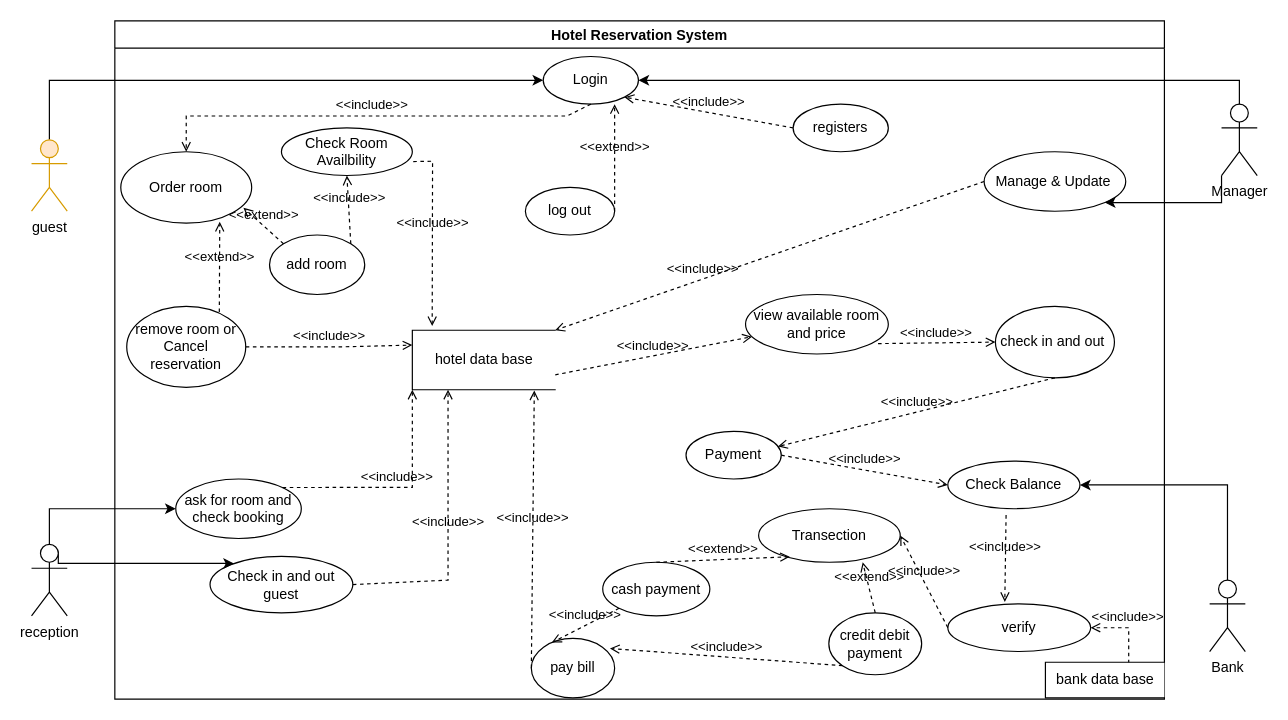
The draw.io diagram use case Vol3.drawio in AhmedTarek-95/System-Desine, before the edit. Source tidied: cells renumbered, new cells numbered last; positions are measured from the earlier drawing's top-left corner, leaving out a move shared by most shapes. Both pictures are drawn from the tidied source at 119%, with x=0, y=0 at pixel (31, 20).
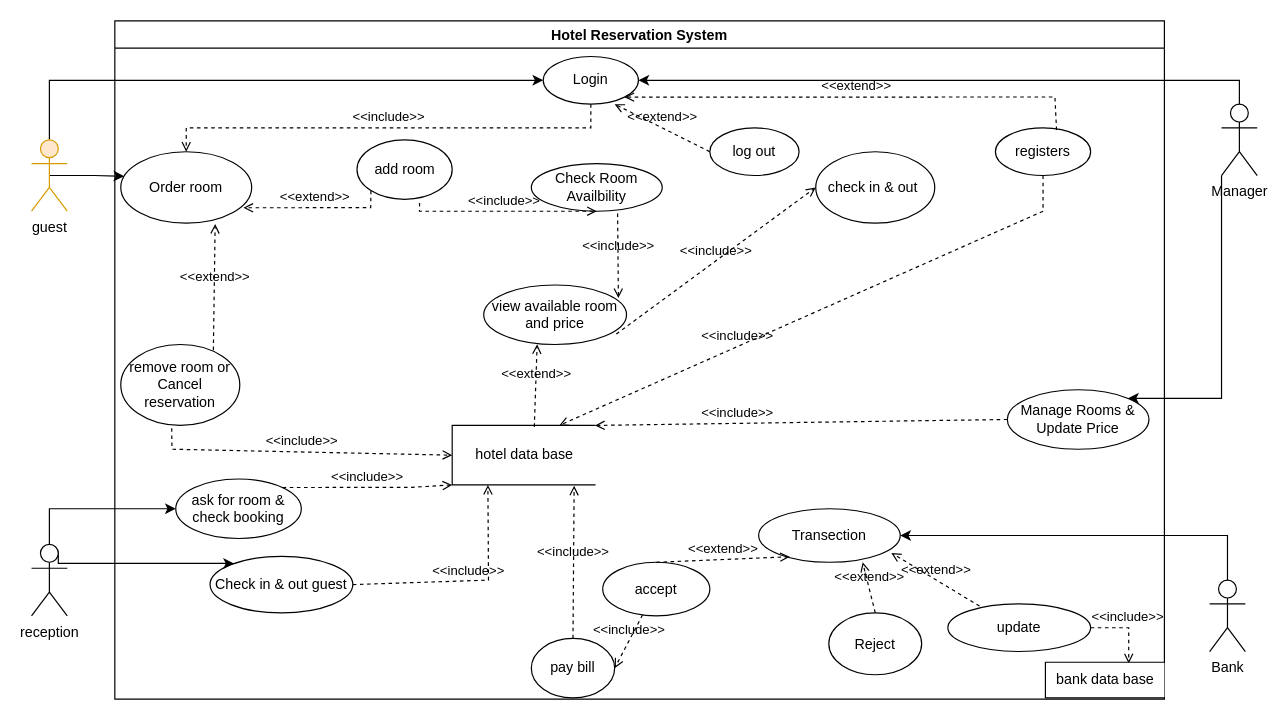
After the change.

The change refers to these unchanged cells:
```xml
<mxCell id="3" value="guest" style="shape=umlActor;verticalLabelPosition=bottom;verticalAlign=top;html=1;outlineConnect=0;fillColor=#ffe6cc;strokeColor=#d79b00;" parent="1" vertex="1">
  <mxGeometry y="100" width="30" height="60" as="geometry" />
</mxCell>
<mxCell id="4" value="Hotel Reservation System" style="swimlane;" parent="1" vertex="1">
  <mxGeometry x="70" width="882" height="570" as="geometry" />
</mxCell>
<mxCell id="5" value="Login" style="ellipse;whiteSpace=wrap;html=1;" parent="4" vertex="1">
  <mxGeometry x="360" y="30" width="80" height="40" as="geometry" />
</mxCell>
<mxCell id="7" value="Order room" style="ellipse;whiteSpace=wrap;html=1;" parent="4" vertex="1">
  <mxGeometry x="5" y="110" width="110" height="60" as="geometry" />
</mxCell>
<mxCell id="13" value="Transection" style="ellipse;whiteSpace=wrap;html=1;" parent="4" vertex="1">
  <mxGeometry x="541" y="410" width="119" height="45" as="geometry" />
</mxCell>
<mxCell id="30" value="pay bill" style="ellipse;whiteSpace=wrap;html=1;" parent="4" vertex="1">
  <mxGeometry x="350" y="519" width="70" height="50" as="geometry" />
</mxCell>
<mxCell id="44" value="bank data base" style="html=1;dashed=0;whitespace=wrap;shape=partialRectangle;right=0;" parent="4" vertex="1">
  <mxGeometry x="782" y="539" width="100" height="30" as="geometry" />
</mxCell>
<mxCell id="53" value="Bank" style="shape=umlActor;verticalLabelPosition=bottom;verticalAlign=top;html=1;outlineConnect=0;" parent="1" vertex="1">
  <mxGeometry x="990" y="470" width="30" height="60" as="geometry" />
</mxCell>
<mxCell id="55" value="Manager" style="shape=umlActor;verticalLabelPosition=bottom;verticalAlign=top;html=1;outlineConnect=0;" parent="1" vertex="1">
  <mxGeometry x="1000" y="70" width="30" height="60" as="geometry" />
</mxCell>
```

What changed in the source:
```diff
@@
+    <mxCell id="57" style="edgeStyle=orthogonalEdgeStyle;rounded=0;jumpSize=6;jettySize=auto;html=1;exitX=0.5;exitY=0.5;exitDx=0;exitDy=0;exitPerimeter=0;entryX=0.026;entryY=0.344;entryDx=0;entryDy=0;entryPerimeter=0;endSize=6;strokeWidth=1;" parent="1" edge="1" source="3" target="7">
+      <mxGeometry relative="1" as="geometry" />
+    </mxCell>
@@
     <mxCell id="6" value="Check Room Availbility" style="ellipse;whiteSpace=wrap;html=1;" parent="4" vertex="1">
-      <mxGeometry x="140" y="90" width="110" height="40" as="geometry" />
+      <mxGeometry x="350" y="120" width="110" height="40" as="geometry" />
     </mxCell>
@@
-    <mxCell id="8" value="Payment" style="ellipse;whiteSpace=wrap;html=1;" parent="4" vertex="1">
-      <mxGeometry x="480" y="345" width="80" height="40" as="geometry" />
-    </mxCell>
-    <mxCell id="9" value="Manage &amp;amp; Update&amp;nbsp;" style="ellipse;whiteSpace=wrap;html=1;" parent="4" vertex="1">
-      <mxGeometry x="730.5" y="110" width="119" height="50" as="geometry" />
+    <mxCell id="9" value="Manage Rooms &amp;amp; Update Price" style="ellipse;whiteSpace=wrap;html=1;" parent="4" vertex="1">
+      <mxGeometry x="750" y="310" width="119" height="50" as="geometry" />
     </mxCell>
-    <mxCell id="10" value="ask for room and check booking" style="ellipse;whiteSpace=wrap;html=1;" parent="4" vertex="1">
+    <mxCell id="10" value="ask for room &amp;amp; check booking" style="ellipse;whiteSpace=wrap;html=1;" parent="4" vertex="1">
       <mxGeometry x="51.2" y="385" width="105.5" height="50" as="geometry" />
     </mxCell>
-    <mxCell id="11" value="Check in and out guest" style="ellipse;whiteSpace=wrap;html=1;" parent="4" vertex="1">
+    <mxCell id="11" value="Check in &amp;amp; out guest" style="ellipse;whiteSpace=wrap;html=1;" parent="4" vertex="1">
       <mxGeometry x="80" y="450" width="120" height="47.5" as="geometry" />
     </mxCell>
-    <mxCell id="12" value="Check Balance" style="ellipse;whiteSpace=wrap;html=1;" parent="4" vertex="1">
-      <mxGeometry x="700" y="370" width="111" height="40" as="geometry" />
-    </mxCell>
@@
-    <mxCell id="14" value="&amp;lt;&amp;lt;include&amp;gt;&amp;gt;" style="html=1;verticalAlign=bottom;labelBackgroundColor=none;endArrow=open;endFill=0;dashed=1;rounded=0;entryX=0;entryY=0.5;entryDx=0;entryDy=0;exitX=1;exitY=0.5;exitDx=0;exitDy=0;" parent="4" edge="1" source="8" target="12">
-      <mxGeometry relative="1" as="geometry" />
-    </mxCell>
     <mxCell id="15" value="view available room and price" style="ellipse;whiteSpace=wrap;html=1;" parent="4" vertex="1">
-      <mxGeometry x="530" y="230" width="120" height="50" as="geometry" />
+      <mxGeometry x="310" y="222" width="120" height="50" as="geometry" />
     </mxCell>
-    <mxCell id="16" value="cash payment" style="ellipse;whiteSpace=wrap;html=1;" parent="4" vertex="1">
+    <mxCell id="16" value="accept" style="ellipse;whiteSpace=wrap;html=1;" parent="4" vertex="1">
       <mxGeometry x="410" y="455" width="90" height="45" as="geometry" />
     </mxCell>
-    <mxCell id="17" value="credit&amp;nbsp;debit payment" style="ellipse;whiteSpace=wrap;html=1;" parent="4" vertex="1">
+    <mxCell id="17" value="Reject" style="ellipse;whiteSpace=wrap;html=1;" parent="4" vertex="1">
       <mxGeometry x="600" y="497.5" width="78" height="52" as="geometry" />
     </mxCell>
-    <mxCell id="18" value="&amp;lt;&amp;lt;include&amp;gt;&amp;gt;" style="html=1;verticalAlign=bottom;labelBackgroundColor=none;endArrow=open;endFill=0;dashed=1;rounded=0;entryX=1;entryY=0.5;entryDx=0;entryDy=0;exitX=0.7;exitY=0.033;exitDx=0;exitDy=0;exitPerimeter=0;" parent="4" edge="1" source="44" target="21">
+    <mxCell id="18" value="&amp;lt;&amp;lt;include&amp;gt;&amp;gt;" style="html=1;verticalAlign=bottom;labelBackgroundColor=none;endArrow=open;endFill=0;dashed=1;rounded=0;exitX=1;exitY=0.5;exitDx=0;exitDy=0;" parent="4" edge="1" source="21">
       <mxGeometry relative="1" as="geometry">
+        <mxPoint x="852" y="540" as="targetPoint" />
         <Array as="points">
           <mxPoint x="852" y="510" />
         </Array>
       </mxGeometry>
     </mxCell>
@@
-    <mxCell id="21" value="verify" style="ellipse;whiteSpace=wrap;html=1;" parent="4" vertex="1">
+    <mxCell id="21" value="update" style="ellipse;whiteSpace=wrap;html=1;" parent="4" vertex="1">
       <mxGeometry x="700" y="490" width="120" height="40" as="geometry" />
     </mxCell>
-    <mxCell id="22" value="check in and out&amp;nbsp;" style="ellipse;whiteSpace=wrap;html=1;" parent="4" vertex="1">
-      <mxGeometry x="740" y="240" width="100" height="60" as="geometry" />
+    <mxCell id="22" value="check in &amp;amp; out&amp;nbsp;" style="ellipse;whiteSpace=wrap;html=1;" parent="4" vertex="1">
+      <mxGeometry x="589" y="110" width="100" height="60" as="geometry" />
     </mxCell>
     <mxCell id="23" value="&amp;lt;&amp;lt;include&amp;gt;&amp;gt;" style="html=1;verticalAlign=bottom;labelBackgroundColor=none;endArrow=open;endFill=0;dashed=1;rounded=0;entryX=0.5;entryY=0;entryDx=0;entryDy=0;endSize=6;jumpSize=6;strokeWidth=1;exitX=0.5;exitY=1;exitDx=0;exitDy=0;" parent="4" edge="1" source="5" target="7">
       <mxGeometry relative="1" as="geometry">
         <Array as="points">
-          <mxPoint x="380" y="80" />
-          <mxPoint x="60" y="80" />
+          <mxPoint x="400" y="90" />
+          <mxPoint x="60" y="90" />
         </Array>
       </mxGeometry>
     </mxCell>
@@
-    <mxCell id="25" value="&amp;lt;&amp;lt;include&amp;gt;&amp;gt;" style="html=1;verticalAlign=bottom;labelBackgroundColor=none;endArrow=open;endFill=0;dashed=1;rounded=0;exitX=1.007;exitY=0.707;exitDx=0;exitDy=0;exitPerimeter=0;entryX=0.139;entryY=-0.069;entryDx=0;entryDy=0;entryPerimeter=0;" parent="4" edge="1" source="6" target="43">
-      <mxGeometry relative="1" as="geometry">
-        <Array as="points">
-          <mxPoint x="267" y="118" />
-        </Array>
-      </mxGeometry>
-    </mxCell>
-    <mxCell id="26" value="&amp;lt;&amp;lt;include&amp;gt;&amp;gt;" style="html=1;verticalAlign=bottom;labelBackgroundColor=none;endArrow=open;endFill=0;dashed=1;rounded=0;exitX=1;exitY=0.75;exitDx=0;exitDy=0;" parent="4" edge="1" source="43" target="15">
+    <mxCell id="26" value="&amp;lt;&amp;lt;include&amp;gt;&amp;gt;" style="html=1;verticalAlign=bottom;labelBackgroundColor=none;endArrow=open;endFill=0;dashed=1;rounded=0;exitX=0.659;exitY=1.046;exitDx=0;exitDy=0;exitPerimeter=0;entryX=0.943;entryY=0.22;entryDx=0;entryDy=0;entryPerimeter=0;" parent="4" edge="1" source="6" target="15">
       <mxGeometry relative="1" as="geometry" />
     </mxCell>
@@
-    <mxCell id="28" value="&amp;lt;&amp;lt;include&amp;gt;&amp;gt;" style="html=1;verticalAlign=bottom;labelBackgroundColor=none;endArrow=open;endFill=0;dashed=1;rounded=0;entryX=1;entryY=0.5;entryDx=0;entryDy=0;exitX=0;exitY=0.5;exitDx=0;exitDy=0;" parent="4" edge="1" source="21" target="13">
-      <mxGeometry relative="1" as="geometry" />
-    </mxCell>
-    <mxCell id="29" value="&amp;lt;&amp;lt;include&amp;gt;&amp;gt;" style="html=1;verticalAlign=bottom;labelBackgroundColor=none;endArrow=open;endFill=0;dashed=1;rounded=0;exitX=0.5;exitY=1;exitDx=0;exitDy=0;entryX=0.965;entryY=0.318;entryDx=0;entryDy=0;entryPerimeter=0;" parent="4" edge="1" source="22" target="8">
-      <mxGeometry relative="1" as="geometry" />
-    </mxCell>
@@
-    <mxCell id="31" value="&amp;lt;&amp;lt;include&amp;gt;&amp;gt;" style="html=1;verticalAlign=bottom;labelBackgroundColor=none;endArrow=open;endFill=0;dashed=1;rounded=0;entryX=0.944;entryY=0.168;entryDx=0;entryDy=0;entryPerimeter=0;exitX=0;exitY=1;exitDx=0;exitDy=0;" parent="4" edge="1" source="17" target="30">
-      <mxGeometry relative="1" as="geometry" />
-    </mxCell>
-    <mxCell id="32" value="&amp;lt;&amp;lt;include&amp;gt;&amp;gt;" style="html=1;verticalAlign=bottom;labelBackgroundColor=none;endArrow=open;endFill=0;dashed=1;rounded=0;entryX=0.246;entryY=0.07;entryDx=0;entryDy=0;entryPerimeter=0;" parent="4" edge="1" source="16" target="30">
+    <mxCell id="32" value="&amp;lt;&amp;lt;include&amp;gt;&amp;gt;" style="html=1;verticalAlign=bottom;labelBackgroundColor=none;endArrow=open;endFill=0;dashed=1;rounded=0;entryX=1;entryY=0.5;entryDx=0;entryDy=0;" parent="4" edge="1" source="16" target="30">
       <mxGeometry relative="1" as="geometry" />
     </mxCell>
     <mxCell id="33" value="&amp;lt;&amp;lt;include&amp;gt;&amp;gt;" style="html=1;verticalAlign=bottom;labelBackgroundColor=none;endArrow=open;endFill=0;dashed=1;rounded=0;exitX=1;exitY=0.5;exitDx=0;exitDy=0;entryX=0.25;entryY=1;entryDx=0;entryDy=0;" parent="4" edge="1" source="11" target="43">
       <mxGeometry relative="1" as="geometry">
         <Array as="points">
-          <mxPoint x="280" y="470" />
+          <mxPoint x="314" y="470" />
         </Array>
       </mxGeometry>
     </mxCell>
@@
     <mxCell id="35" value="add room" style="ellipse;whiteSpace=wrap;html=1;" parent="4" vertex="1">
-      <mxGeometry x="130" y="180" width="80" height="50" as="geometry" />
+      <mxGeometry x="203.5" y="100" width="80" height="50" as="geometry" />
     </mxCell>
     <mxCell id="36" value="remove room or Cancel reservation" style="ellipse;whiteSpace=wrap;html=1;" parent="4" vertex="1">
-      <mxGeometry x="10" y="240" width="100" height="68" as="geometry" />
+      <mxGeometry x="5" y="272" width="100" height="68" as="geometry" />
     </mxCell>
-    <mxCell id="37" value="&amp;lt;&amp;lt;extend&amp;gt;&amp;gt;" style="html=1;verticalAlign=bottom;labelBackgroundColor=none;endArrow=open;endFill=0;dashed=1;rounded=0;entryX=0.937;entryY=0.785;entryDx=0;entryDy=0;exitX=0;exitY=0;exitDx=0;exitDy=0;entryPerimeter=0;" parent="4" edge="1" source="35" target="7">
-      <mxGeometry relative="1" as="geometry" />
+    <mxCell id="37" value="&amp;lt;&amp;lt;extend&amp;gt;&amp;gt;" style="html=1;verticalAlign=bottom;labelBackgroundColor=none;endArrow=open;endFill=0;dashed=1;rounded=0;entryX=0.937;entryY=0.785;entryDx=0;entryDy=0;exitX=0;exitY=1;exitDx=0;exitDy=0;entryPerimeter=0;" parent="4" edge="1" source="35" target="7">
+      <mxGeometry relative="1" as="geometry">
+        <Array as="points">
+          <mxPoint x="215" y="157" />
+        </Array>
+      </mxGeometry>
     </mxCell>
-    <mxCell id="38" value="&amp;lt;&amp;lt;extend&amp;gt;&amp;gt;" style="html=1;verticalAlign=bottom;labelBackgroundColor=none;endArrow=open;endFill=0;dashed=1;rounded=0;entryX=0.756;entryY=0.981;entryDx=0;entryDy=0;exitX=0.778;exitY=0.07;exitDx=0;exitDy=0;entryPerimeter=0;exitPerimeter=0;" parent="4" edge="1" source="36" target="7">
+    <mxCell id="38" value="&amp;lt;&amp;lt;extend&amp;gt;&amp;gt;" style="html=1;verticalAlign=bottom;labelBackgroundColor=none;endArrow=open;endFill=0;dashed=1;rounded=0;entryX=0.721;entryY=1.011;entryDx=0;entryDy=0;exitX=0.778;exitY=0.07;exitDx=0;exitDy=0;entryPerimeter=0;exitPerimeter=0;" parent="4" edge="1" source="36" target="7">
       <mxGeometry relative="1" as="geometry" />
     </mxCell>
-    <mxCell id="39" value="&amp;lt;&amp;lt;include&amp;gt;&amp;gt;" style="html=1;verticalAlign=bottom;labelBackgroundColor=none;endArrow=open;endFill=0;dashed=1;rounded=0;exitX=1;exitY=0.5;exitDx=0;exitDy=0;entryX=0;entryY=0.25;entryDx=0;entryDy=0;" parent="4" edge="1" source="36" target="43">
+    <mxCell id="39" value="&amp;lt;&amp;lt;include&amp;gt;&amp;gt;" style="html=1;verticalAlign=bottom;labelBackgroundColor=none;endArrow=open;endFill=0;dashed=1;rounded=0;exitX=0.428;exitY=1.035;exitDx=0;exitDy=0;exitPerimeter=0;entryX=0;entryY=0.5;entryDx=0;entryDy=0;" parent="4" edge="1" source="36" target="43">
       <mxGeometry relative="1" as="geometry">
         <Array as="points">
-          <mxPoint x="190" y="274" />
+          <mxPoint x="48" y="360" />
         </Array>
       </mxGeometry>
     </mxCell>
-    <mxCell id="40" value="&amp;lt;&amp;lt;include&amp;gt;&amp;gt;" style="html=1;verticalAlign=bottom;labelBackgroundColor=none;endArrow=open;endFill=0;dashed=1;rounded=0;entryX=0.5;entryY=1;entryDx=0;entryDy=0;exitX=1;exitY=0;exitDx=0;exitDy=0;" parent="4" edge="1" source="35" target="6">
-      <mxGeometry relative="1" as="geometry" />
+    <mxCell id="40" value="&amp;lt;&amp;lt;include&amp;gt;&amp;gt;" style="html=1;verticalAlign=bottom;labelBackgroundColor=none;endArrow=open;endFill=0;dashed=1;rounded=0;entryX=0.5;entryY=1;entryDx=0;entryDy=0;exitX=0.657;exitY=1.06;exitDx=0;exitDy=0;exitPerimeter=0;" parent="4" edge="1" source="35" target="6">
+      <mxGeometry relative="1" as="geometry">
+        <Array as="points">
+          <mxPoint x="256" y="160" />
+        </Array>
+      </mxGeometry>
     </mxCell>
-    <mxCell id="41" value="&amp;lt;&amp;lt;include&amp;gt;&amp;gt;" style="html=1;verticalAlign=bottom;labelBackgroundColor=none;endArrow=open;endFill=0;dashed=1;rounded=0;exitX=0;exitY=0.5;exitDx=0;exitDy=0;entryX=0.854;entryY=1.013;entryDx=0;entryDy=0;entryPerimeter=0;" parent="4" edge="1" source="30" target="43">
+    <mxCell id="41" value="&amp;lt;&amp;lt;include&amp;gt;&amp;gt;" style="html=1;verticalAlign=bottom;labelBackgroundColor=none;endArrow=open;endFill=0;dashed=1;rounded=0;exitX=0.5;exitY=0;exitDx=0;exitDy=0;entryX=0.854;entryY=1.013;entryDx=0;entryDy=0;entryPerimeter=0;" parent="4" edge="1" source="30" target="43">
       <mxGeometry relative="1" as="geometry" />
     </mxCell>
-    <mxCell id="42" value="&amp;lt;&amp;lt;include&amp;gt;&amp;gt;" style="html=1;verticalAlign=bottom;labelBackgroundColor=none;endArrow=open;endFill=0;dashed=1;rounded=0;entryX=0.399;entryY=-0.043;entryDx=0;entryDy=0;exitX=0.441;exitY=1.134;exitDx=0;exitDy=0;entryPerimeter=0;exitPerimeter=0;" parent="4" edge="1" source="12" target="21">
-      <mxGeometry relative="1" as="geometry" />
-    </mxCell>
     <mxCell id="43" value="hotel data base" style="html=1;dashed=0;whitespace=wrap;shape=partialRectangle;right=0;" parent="4" vertex="1">
-      <mxGeometry x="250" y="260" width="120" height="50" as="geometry" />
+      <mxGeometry x="283.5" y="340" width="120" height="50" as="geometry" />
     </mxCell>
@@
     <mxCell id="45" value="log out" style="ellipse;whiteSpace=wrap;html=1;" parent="4" vertex="1">
-      <mxGeometry x="345" y="140" width="75" height="40" as="geometry" />
+      <mxGeometry x="500" y="90" width="75" height="40" as="geometry" />
     </mxCell>
-    <mxCell id="46" value="&amp;lt;&amp;lt;extend&amp;gt;&amp;gt;" style="html=1;verticalAlign=bottom;labelBackgroundColor=none;endArrow=open;endFill=0;dashed=1;rounded=0;exitX=1;exitY=0.5;exitDx=0;exitDy=0;" parent="4" edge="1" source="45">
+    <mxCell id="46" value="&amp;lt;&amp;lt;extend&amp;gt;&amp;gt;" style="html=1;verticalAlign=bottom;labelBackgroundColor=none;endArrow=open;endFill=0;dashed=1;rounded=0;exitX=0;exitY=0.5;exitDx=0;exitDy=0;" parent="4" edge="1" source="45">
       <mxGeometry relative="1" as="geometry">
         <mxPoint x="420" y="70" as="targetPoint" />
       </mxGeometry>
     </mxCell>
     <mxCell id="47" value="registers" style="ellipse;whiteSpace=wrap;html=1;" parent="4" vertex="1">
-      <mxGeometry x="570" y="70" width="80" height="40" as="geometry" />
+      <mxGeometry x="740" y="90" width="80" height="40" as="geometry" />
     </mxCell>
-    <mxCell id="48" value="&amp;lt;&amp;lt;include&amp;gt;&amp;gt;" style="html=1;verticalAlign=bottom;labelBackgroundColor=none;endArrow=open;endFill=0;dashed=1;rounded=0;entryX=1;entryY=1;entryDx=0;entryDy=0;exitX=0;exitY=0.5;exitDx=0;exitDy=0;" parent="4" edge="1" source="47" target="5">
-      <mxGeometry relative="1" as="geometry" />
+    <mxCell id="48" value="&amp;lt;&amp;lt;extend&amp;gt;&amp;gt;" style="html=1;verticalAlign=bottom;labelBackgroundColor=none;endArrow=open;endFill=0;dashed=1;rounded=0;exitX=0.642;exitY=0.046;exitDx=0;exitDy=0;entryX=1;entryY=1;entryDx=0;entryDy=0;exitPerimeter=0;" parent="4" edge="1" source="47" target="5">
+      <mxGeometry relative="1" as="geometry">
+        <Array as="points">
+          <mxPoint x="790" y="64" />
+        </Array>
+      </mxGeometry>
     </mxCell>
+    <mxCell id="58" value="&amp;lt;&amp;lt;include&amp;gt;&amp;gt;" style="html=1;verticalAlign=bottom;labelBackgroundColor=none;endArrow=open;endFill=0;dashed=1;rounded=0;entryX=0.75;entryY=0;entryDx=0;entryDy=0;exitX=0.5;exitY=1;exitDx=0;exitDy=0;" parent="4" edge="1" source="47" target="43">
+      <mxGeometry x="0.31" relative="1" as="geometry">
+        <Array as="points">
+          <mxPoint x="780" y="160" />
+        </Array>
+      </mxGeometry>
+    </mxCell>
+    <mxCell id="28" value="&amp;lt;&amp;lt;extend&amp;gt;&amp;gt;" style="html=1;verticalAlign=bottom;labelBackgroundColor=none;endArrow=open;endFill=0;dashed=1;rounded=0;entryX=0.937;entryY=0.825;entryDx=0;entryDy=0;exitX=0.222;exitY=0.046;exitDx=0;exitDy=0;exitPerimeter=0;entryPerimeter=0;" parent="4" edge="1" source="21" target="13">
+      <mxGeometry relative="1" as="geometry" />
+    </mxCell>
+    <mxCell id="59" value="&amp;lt;&amp;lt;extend&amp;gt;&amp;gt;" style="html=1;verticalAlign=bottom;labelBackgroundColor=none;endArrow=open;endFill=0;dashed=1;rounded=0;exitX=0.575;exitY=0.025;exitDx=0;exitDy=0;entryX=0.374;entryY=0.996;entryDx=0;entryDy=0;entryPerimeter=0;exitPerimeter=0;" parent="4" edge="1" source="43" target="15">
+      <mxGeometry relative="1" as="geometry" />
+    </mxCell>
@@
-    <mxCell id="52" style="edgeStyle=orthogonalEdgeStyle;rounded=0;jettySize=auto;html=1;exitX=0.5;exitY=0;exitDx=0;exitDy=0;exitPerimeter=0;entryX=1;entryY=0.5;entryDx=0;entryDy=0;" parent="1" edge="1" source="53" target="12">
+    <mxCell id="52" style="edgeStyle=orthogonalEdgeStyle;rounded=0;jettySize=auto;html=1;exitX=0.5;exitY=0;exitDx=0;exitDy=0;exitPerimeter=0;entryX=1;entryY=0.5;entryDx=0;entryDy=0;" parent="1" edge="1" source="53" target="13">
       <mxGeometry relative="1" as="geometry" />
     </mxCell>
@@
-    <mxCell id="54" style="edgeStyle=orthogonalEdgeStyle;rounded=0;jettySize=auto;html=1;exitX=0;exitY=1;exitDx=0;exitDy=0;exitPerimeter=0;entryX=1;entryY=1;entryDx=0;entryDy=0;" parent="1" edge="1" source="55" target="9">
-      <mxGeometry relative="1" as="geometry" />
+    <mxCell id="54" style="edgeStyle=orthogonalEdgeStyle;rounded=0;jettySize=auto;html=1;exitX=0;exitY=1;exitDx=0;exitDy=0;exitPerimeter=0;entryX=1;entryY=0;entryDx=0;entryDy=0;" parent="1" edge="1" source="55" target="9">
+      <mxGeometry relative="1" as="geometry">
+        <Array as="points">
+          <mxPoint x="1000" y="317" />
+        </Array>
+      </mxGeometry>
     </mxCell>
```
